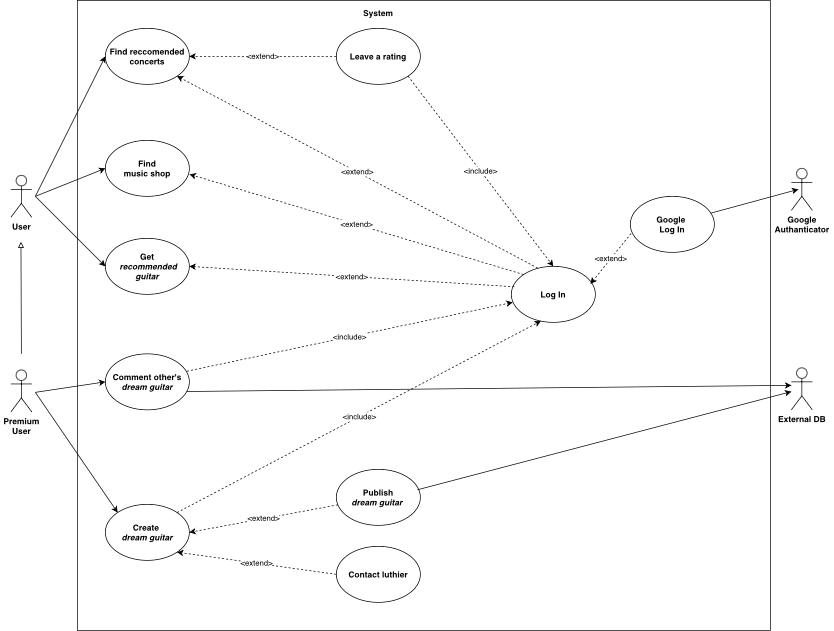
The draw.io diagram Progetto.drawio .png in TizianoLilli/ISPW-Project, before a commit. Source tidied: cells renumbered, new cells last; positions are measured from the earlier drawing's top-left corner, leaving out a move shared by most shapes.
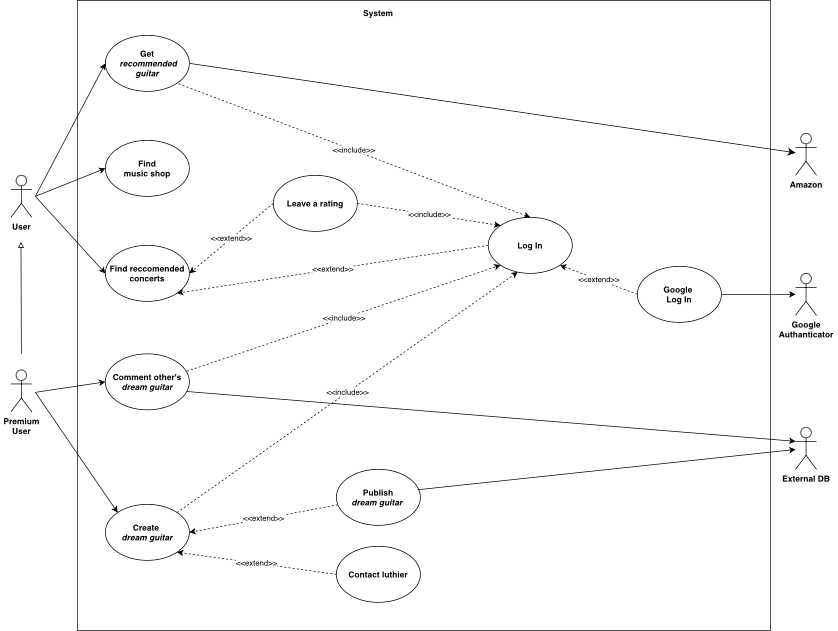
The same diagram one commit later.

The edit, as a diff of the source:
```diff
@@ -12,7 +12,7 @@
       <mxGeometry y="528" width="30" height="60" as="geometry" />
     </mxCell>
     <mxCell id="5" value="&lt;b&gt;Log In&lt;/b&gt;" style="ellipse;whiteSpace=wrap;html=1;" parent="1" vertex="1">
-      <mxGeometry x="715" y="380" width="120" height="80" as="geometry" />
+      <mxGeometry x="682" y="310" width="120" height="80" as="geometry" />
     </mxCell>
     <mxCell id="6" value="&lt;b&gt;Create&amp;nbsp;&lt;/b&gt;&lt;div&gt;&lt;b&gt;&lt;i&gt;dream&amp;nbsp;&lt;span style=&quot;background-color: initial;&quot;&gt;guitar&lt;/span&gt;&lt;/i&gt;&lt;/b&gt;&lt;/div&gt;" style="ellipse;whiteSpace=wrap;html=1;" parent="1" vertex="1">
       <mxGeometry x="135" y="720" width="120" height="80" as="geometry" />
@@ -22,11 +22,14 @@
         <mxPoint x="35" y="560" as="sourcePoint" />
       </mxGeometry>
     </mxCell>
-    <mxCell id="8" value="&amp;lt;include&amp;gt;" style="endArrow=classic;html=1;rounded=0;exitX=1;exitY=0;exitDx=0;exitDy=0;dashed=1;entryX=0.352;entryY=0.975;entryDx=0;entryDy=0;entryPerimeter=0;" parent="1" edge="1" source="6" target="5">
+    <mxCell id="8" value="&amp;lt;&amp;lt;include&amp;gt;&amp;gt;" style="endArrow=classic;html=1;rounded=0;exitX=1;exitY=0;exitDx=0;exitDy=0;dashed=1;entryX=0.352;entryY=0.975;entryDx=0;entryDy=0;entryPerimeter=0;" parent="1" edge="1" source="6" target="5">
       <mxGeometry relative="1" as="geometry" />
     </mxCell>
+    <mxCell id="37" style="edgeStyle=none;curved=1;rounded=0;jettySize=auto;html=1;exitX=1;exitY=0.5;exitDx=0;exitDy=0;fontSize=12;startSize=8;endSize=8;" parent="1" edge="1" source="9" target="38">
+      <mxGeometry relative="1" as="geometry" />
+    </mxCell>
     <mxCell id="9" value="&lt;b&gt;Get&lt;/b&gt;&lt;div&gt;&lt;b&gt;&amp;nbsp;&lt;i&gt;recommended guitar&lt;/i&gt;&lt;/b&gt;&lt;/div&gt;" style="ellipse;whiteSpace=wrap;html=1;" parent="1" vertex="1">
-      <mxGeometry x="135" y="340" width="120" height="80" as="geometry" />
+      <mxGeometry x="135" y="50" width="120" height="80" as="geometry" />
     </mxCell>
     <mxCell id="10" style="endArrow=classic;html=1;rounded=0;entryX=0;entryY=0.5;entryDx=0;entryDy=0;" parent="1" edge="1" target="9">
       <mxGeometry relative="1" as="geometry">
@@ -34,7 +37,7 @@
       </mxGeometry>
     </mxCell>
     <mxCell id="11" value="&lt;b&gt;Find reccomended&lt;/b&gt;&lt;div&gt;&lt;b&gt;concerts&lt;/b&gt;&lt;/div&gt;" style="ellipse;whiteSpace=wrap;html=1;" parent="1" vertex="1">
-      <mxGeometry x="135" y="40" width="120" height="80" as="geometry" />
+      <mxGeometry x="135" y="350" width="120" height="80" as="geometry" />
     </mxCell>
     <mxCell id="12" value="&lt;b&gt;Contact l&lt;span style=&quot;background-color: initial;&quot;&gt;uthier&lt;/span&gt;&lt;/b&gt;" style="ellipse;whiteSpace=wrap;html=1;" parent="1" vertex="1">
       <mxGeometry x="465" y="780" width="120" height="80" as="geometry" />
@@ -45,20 +48,18 @@
       </mxGeometry>
     </mxCell>
     <mxCell id="14" value="&lt;b&gt;Google&lt;/b&gt;&lt;div&gt;&lt;b&gt;Authanticator&lt;/b&gt;&lt;/div&gt;&lt;div&gt;&lt;br&gt;&lt;/div&gt;" style="shape=umlActor;verticalLabelPosition=bottom;verticalAlign=top;html=1;outlineConnect=0;" parent="1" vertex="1">
-      <mxGeometry x="1115" y="240" width="30" height="60" as="geometry" />
+      <mxGeometry x="1121" y="390" width="30" height="60" as="geometry" />
     </mxCell>
-    <mxCell id="15" style="endArrow=classic;html=1;rounded=0;exitX=0.958;exitY=0.3;exitDx=0;exitDy=0;exitPerimeter=0;" parent="1" edge="1" source="35">
-      <mxGeometry relative="1" as="geometry">
-        <mxPoint x="1125" y="270" as="targetPoint" />
-      </mxGeometry>
+    <mxCell id="15" style="endArrow=classic;html=1;rounded=0;exitX=1;exitY=0.5;exitDx=0;exitDy=0;" parent="1" edge="1" source="35" target="14">
+      <mxGeometry relative="1" as="geometry" />
     </mxCell>
-    <mxCell id="16" value="&amp;lt;extend&amp;gt;" style="endArrow=classic;html=1;rounded=0;exitX=0.314;exitY=0.032;exitDx=0;exitDy=0;entryX=1;entryY=1;entryDx=0;entryDy=0;dashed=1;exitPerimeter=0;" parent="1" edge="1" source="5" target="11">
+    <mxCell id="16" value="&amp;lt;&amp;lt;extend&amp;gt;&amp;gt;" style="endArrow=classic;html=1;rounded=0;exitX=0;exitY=0.5;exitDx=0;exitDy=0;entryX=1;entryY=1;entryDx=0;entryDy=0;dashed=1;" parent="1" edge="1" source="5" target="11">
       <mxGeometry relative="1" as="geometry" />
     </mxCell>
-    <mxCell id="17" value="&amp;lt;extend&amp;gt;" style="endArrow=classic;html=1;rounded=0;exitX=0;exitY=0.5;exitDx=0;exitDy=0;entryX=1;entryY=1;entryDx=0;entryDy=0;dashed=1;" parent="1" edge="1" source="12" target="6">
+    <mxCell id="17" value="&amp;lt;&amp;lt;extend&amp;gt;&amp;gt;" style="endArrow=classic;html=1;rounded=0;exitX=0;exitY=0.5;exitDx=0;exitDy=0;entryX=1;entryY=1;entryDx=0;entryDy=0;dashed=1;" parent="1" edge="1" source="12" target="6">
       <mxGeometry relative="1" as="geometry" />
     </mxCell>
-    <mxCell id="18" value="&amp;lt;extend&amp;gt;" style="endArrow=classic;html=1;rounded=0;exitX=0.036;exitY=0.365;exitDx=0;exitDy=0;entryX=1;entryY=0.5;entryDx=0;entryDy=0;dashed=1;exitPerimeter=0;" parent="1" edge="1" source="5" target="9">
+    <mxCell id="18" value="&amp;lt;&amp;lt;include&amp;gt;&amp;gt;" style="endArrow=none;html=1;rounded=0;exitX=0.5;exitY=0;exitDx=0;exitDy=0;entryX=1;entryY=1;entryDx=0;entryDy=0;dashed=1;endFill=0;startArrow=classic;startFill=1;" parent="1" edge="1" source="5" target="9">
       <mxGeometry relative="1" as="geometry" />
     </mxCell>
     <mxCell id="19" value="&lt;b&gt;System&lt;/b&gt;&lt;div&gt;&lt;br&gt;&lt;/div&gt;" style="text;html=1;align=center;verticalAlign=middle;whiteSpace=wrap;rounded=0;" parent="1" vertex="1">
@@ -72,16 +73,16 @@
         <mxPoint x="35" y="560" as="sourcePoint" />
       </mxGeometry>
     </mxCell>
-    <mxCell id="22" value="&amp;lt;include&amp;gt;" style="endArrow=classic;html=1;rounded=0;exitX=0.97;exitY=0.31;exitDx=0;exitDy=0;exitPerimeter=0;entryX=0.016;entryY=0.643;entryDx=0;entryDy=0;entryPerimeter=0;dashed=1;" parent="1" edge="1" source="20" target="5">
+    <mxCell id="22" value="&amp;lt;&amp;lt;include&amp;gt;&amp;gt;" style="endArrow=classic;html=1;rounded=0;exitX=0.97;exitY=0.31;exitDx=0;exitDy=0;exitPerimeter=0;entryX=0;entryY=1;entryDx=0;entryDy=0;dashed=1;" parent="1" edge="1" source="20" target="5">
       <mxGeometry relative="1" as="geometry" />
     </mxCell>
     <mxCell id="23" value="&lt;span style=&quot;background-color: initial;&quot;&gt;&lt;b&gt;External DB&lt;/b&gt;&lt;/span&gt;" style="shape=umlActor;verticalLabelPosition=bottom;verticalAlign=top;html=1;outlineConnect=0;" parent="1" vertex="1">
-      <mxGeometry x="1115" y="525" width="30" height="60" as="geometry" />
+      <mxGeometry x="1121" y="610" width="30" height="60" as="geometry" />
     </mxCell>
     <mxCell id="24" value="&lt;b&gt;Publish&lt;/b&gt;&lt;div&gt;&lt;b&gt;&lt;i&gt;dream guitar&lt;/i&gt;&amp;nbsp;&lt;/b&gt;&lt;/div&gt;" style="ellipse;whiteSpace=wrap;html=1;" parent="1" vertex="1">
       <mxGeometry x="465" y="670" width="120" height="80" as="geometry" />
     </mxCell>
-    <mxCell id="25" value="&amp;lt;extend&amp;gt;" style="endArrow=classic;html=1;rounded=0;entryX=1;entryY=0.5;entryDx=0;entryDy=0;dashed=1;" parent="1" edge="1" source="24" target="6">
+    <mxCell id="25" value="&amp;lt;&amp;lt;extend&amp;gt;&amp;gt;" style="endArrow=classic;html=1;rounded=0;entryX=1;entryY=0.5;entryDx=0;entryDy=0;dashed=1;" parent="1" edge="1" source="24" target="6">
       <mxGeometry relative="1" as="geometry" />
     </mxCell>
     <mxCell id="26" value="&lt;b&gt;Find&lt;/b&gt;&lt;div&gt;&lt;b&gt;music shop&lt;/b&gt;&lt;/div&gt;" style="ellipse;whiteSpace=wrap;html=1;" parent="1" vertex="1">
@@ -92,24 +93,19 @@
         <mxPoint x="35" y="280" as="sourcePoint" />
       </mxGeometry>
     </mxCell>
-    <mxCell id="28" value="&amp;lt;extend&amp;gt;" style="endArrow=classic;html=1;rounded=0;exitX=0;exitY=0;exitDx=0;exitDy=0;entryX=1.003;entryY=0.607;entryDx=0;entryDy=0;entryPerimeter=0;dashed=1;" parent="1" edge="1" source="5" target="26">
-      <mxGeometry relative="1" as="geometry" />
-    </mxCell>
     <mxCell id="29" style="endArrow=classic;html=1;rounded=0;exitX=0.965;exitY=0.365;exitDx=0;exitDy=0;exitPerimeter=0;" parent="1" edge="1" source="24" target="23">
       <mxGeometry relative="1" as="geometry" />
     </mxCell>
-    <mxCell id="30" style="endArrow=classic;html=1;rounded=0;exitX=0.969;exitY=0.672;exitDx=0;exitDy=0;exitPerimeter=0;" parent="1" edge="1" source="20">
-      <mxGeometry relative="1" as="geometry">
-        <mxPoint x="1115" y="550" as="targetPoint" />
-      </mxGeometry>
+    <mxCell id="30" style="endArrow=classic;html=1;rounded=0;exitX=0.969;exitY=0.672;exitDx=0;exitDy=0;exitPerimeter=0;entryX=0;entryY=0.3333333333333333;entryDx=0;entryDy=0;entryPerimeter=0;" parent="1" edge="1" source="20" target="23">
+      <mxGeometry relative="1" as="geometry" />
     </mxCell>
     <mxCell id="31" value="&lt;b&gt;Leave a rating&lt;/b&gt;" style="ellipse;whiteSpace=wrap;html=1;" parent="1" vertex="1">
-      <mxGeometry x="465" y="40" width="120" height="80" as="geometry" />
+      <mxGeometry x="375" y="250" width="120" height="80" as="geometry" />
     </mxCell>
-    <mxCell id="32" value="&amp;lt;extend&amp;gt;" style="endArrow=classic;html=1;rounded=0;exitX=0;exitY=0.5;exitDx=0;exitDy=0;entryX=1;entryY=0.5;entryDx=0;entryDy=0;dashed=1;" parent="1" edge="1" source="31" target="11">
+    <mxCell id="32" value="&amp;lt;&amp;lt;extend&amp;gt;&amp;gt;" style="endArrow=classic;html=1;rounded=0;exitX=0;exitY=0.5;exitDx=0;exitDy=0;entryX=1;entryY=0.5;entryDx=0;entryDy=0;dashed=1;" parent="1" edge="1" source="31" target="11">
       <mxGeometry relative="1" as="geometry" />
     </mxCell>
-    <mxCell id="33" value="&amp;lt;include&amp;gt;" style="endArrow=classic;html=1;rounded=0;exitX=1;exitY=1;exitDx=0;exitDy=0;entryX=0.5;entryY=0;entryDx=0;entryDy=0;dashed=1;" parent="1" edge="1" source="31" target="5">
+    <mxCell id="33" value="&amp;lt;&amp;lt;include&amp;gt;&amp;gt;" style="endArrow=classic;html=1;rounded=0;exitX=1;exitY=0.5;exitDx=0;exitDy=0;entryX=0;entryY=0;entryDx=0;entryDy=0;dashed=1;" parent="1" edge="1" source="31" target="5">
       <mxGeometry relative="1" as="geometry" />
     </mxCell>
     <mxCell id="34" style="endArrow=block;html=1;rounded=0;endFill=0;" parent="1" edge="1">
@@ -119,10 +115,13 @@
       </mxGeometry>
     </mxCell>
     <mxCell id="35" value="&lt;b&gt;Google&amp;nbsp;&lt;/b&gt;&lt;div&gt;&lt;b&gt;Log In&lt;/b&gt;&lt;/div&gt;" style="ellipse;whiteSpace=wrap;html=1;" parent="1" vertex="1">
-      <mxGeometry x="885" y="280" width="120" height="80" as="geometry" />
+      <mxGeometry x="895" y="380" width="120" height="80" as="geometry" />
     </mxCell>
-    <mxCell id="36" value="&amp;lt;extend&amp;gt;" style="endArrow=classic;html=1;rounded=0;exitX=0.008;exitY=0.663;exitDx=0;exitDy=0;exitPerimeter=0;entryX=0.942;entryY=0.313;entryDx=0;entryDy=0;entryPerimeter=0;dashed=1;" parent="1" edge="1" source="35" target="5">
+    <mxCell id="36" value="&amp;lt;&amp;lt;extend&amp;gt;&amp;gt;" style="endArrow=classic;html=1;rounded=0;exitX=0;exitY=0.5;exitDx=0;exitDy=0;entryX=1;entryY=1;entryDx=0;entryDy=0;dashed=1;" parent="1" edge="1" source="35" target="5">
       <mxGeometry relative="1" as="geometry" />
     </mxCell>
+    <mxCell id="38" value="&lt;b&gt;Amazon&lt;/b&gt;" style="shape=umlActor;verticalLabelPosition=bottom;verticalAlign=top;html=1;outlineConnect=0;" parent="1" vertex="1">
+      <mxGeometry x="1121" y="190" width="30" height="60" as="geometry" />
+    </mxCell>
   </root>
 </mxGraphModel>
```
